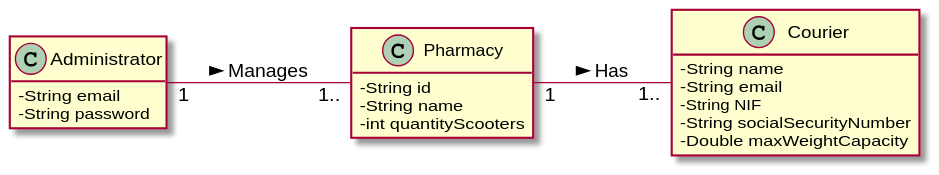
Above: Documents/UC6/UC6_MD.svg in 1190452/LAPR3 (PlantUML), before the change.
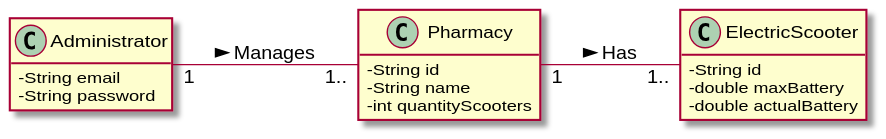
Above is the later version.

The edit, as a diff of the source:
```diff
@@ -16,17 +16,15 @@
   -int quantityScooters
   }
 
-class Courier {
-  -String name
-  -String email
-  -String NIF
-  -String socialSecurityNumber
-  -Double maxWeightCapacity
-}
+class ElectricScooter {
+  -String id
+  -double maxBattery
+  -double actualBattery
+  }
 
 
 
-Pharmacy "1" -- "1.." Courier: Has >
+Pharmacy "1" -- "1.." ElectricScooter: Has >
 
 
 Administrator "1" -- "1.." Pharmacy: Manages >
```
